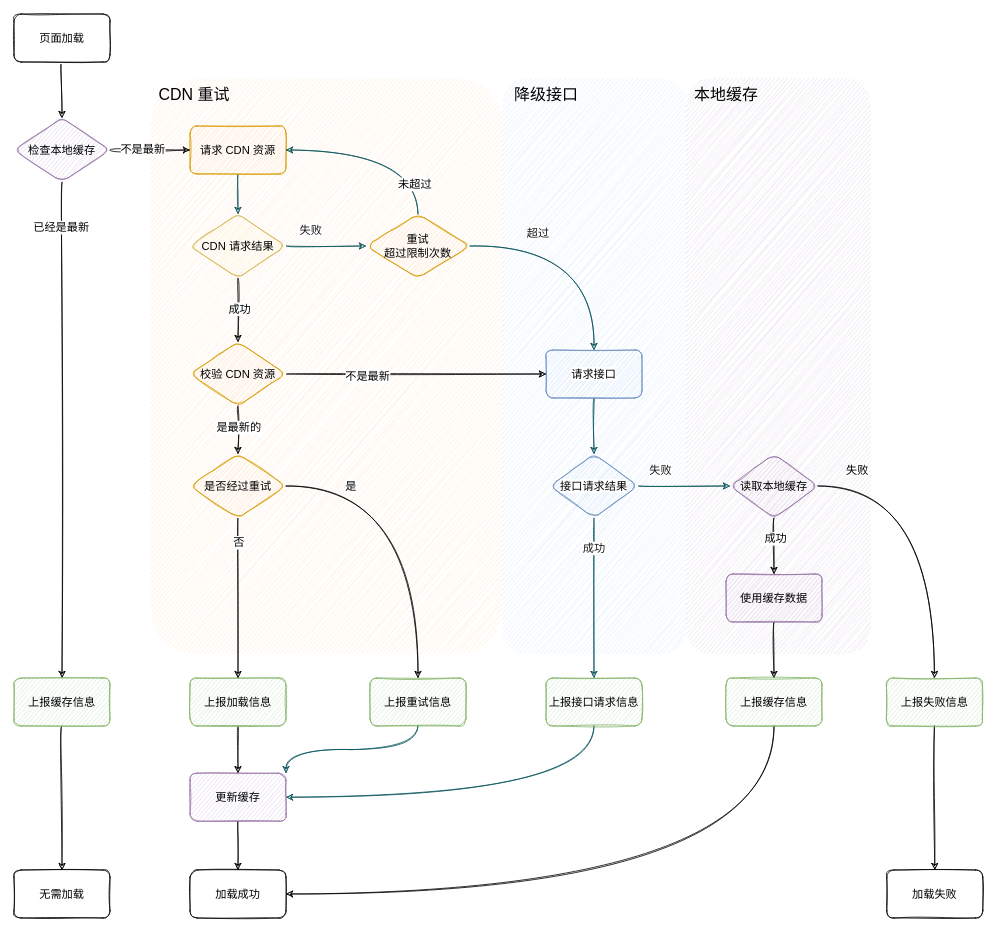
Above: page "第 5 页" (2 of 6) of 未命名绘图.drawio in Darkindom/draw-the-diagrams (draw.io), before the change. Source tidied: cells renumbered, new cells numbered last; positions are measured from the earlier drawing's top-left corner, leaving out a move shared by most shapes. Both pictures are drawn from the tidied source at 80%, with x=0, y=0 at pixel (14, 14).
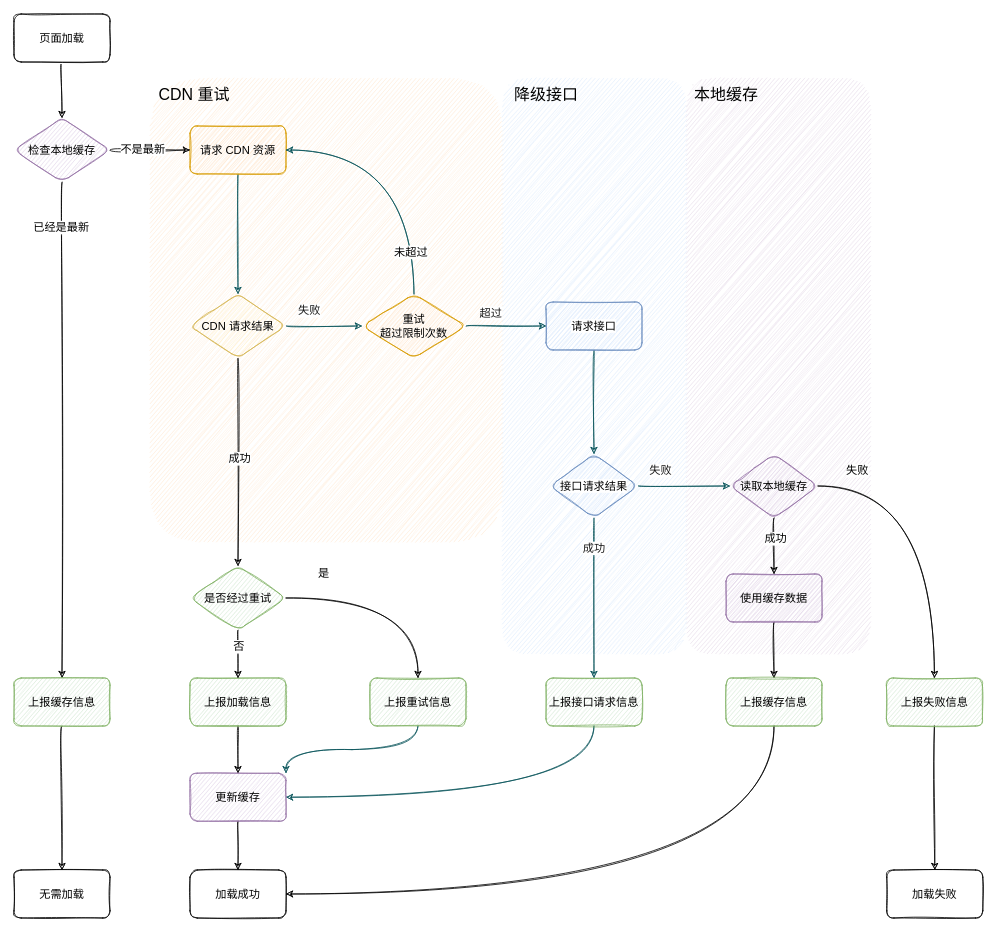
The same diagram, later.

Commit message:
更新未命名绘图.drawio

Unchanged cells that the change refers to:
```xml
<mxCell id="46" style="edgeStyle=orthogonalEdgeStyle;rounded=1;jettySize=auto;html=1;fontFamily=手札体-简;fontSize=14;sketch=1;curved=1;" parent="1" edge="1" source="63" target="22">
  <mxGeometry relative="1" as="geometry" />
</mxCell>
```

Change to the diagram source:
```diff
@@
     <mxCell id="2" style="rounded=1;whiteSpace=wrap;html=1;labelBackgroundColor=default;labelBorderColor=none;hachureGap=4;jiggle=2;fontFamily=Architects Daughter;fontSize=20;fillColor=#ffe6cc;strokeColor=none;opacity=80;sketch=1;" parent="1" vertex="1">
-      <mxGeometry x="170" y="80" width="440" height="720" as="geometry" />
+      <mxGeometry x="170" y="80" width="440" height="580" as="geometry" />
     </mxCell>
@@
-    <mxCell id="11" style="edgeStyle=orthogonalEdgeStyle;rounded=1;jettySize=auto;html=1;fontFamily=手札体-简;fontSize=14;sketch=1;curved=1;" parent="1" edge="1" source="13" target="54">
+    <mxCell id="11" style="edgeStyle=orthogonalEdgeStyle;rounded=1;jettySize=auto;html=1;fontFamily=手札体-简;fontSize=14;sketch=1;curved=1;" parent="1" edge="1" source="13" target="63">
       <mxGeometry relative="1" as="geometry" />
     </mxCell>
@@
     <mxCell id="13" value="CDN 请求结果" style="rhombus;whiteSpace=wrap;html=1;fontFamily=手札体-简;fillColor=#fff2cc;strokeColor=#d6b656;rounded=1;shadow=0;glass=0;fontSize=14;sketch=1;" parent="1" vertex="1">
-      <mxGeometry x="220" y="250" width="120" height="80" as="geometry" />
+      <mxGeometry x="220" y="350" width="120" height="80" as="geometry" />
     </mxCell>
@@
     <mxCell id="16" value="请求接口" style="whiteSpace=wrap;html=1;fontFamily=手札体-简;fillColor=#dae8fc;strokeColor=#6c8ebf;rounded=1;shadow=0;glass=0;fontSize=14;labelBackgroundColor=default;labelBorderColor=none;spacingTop=0;sketch=1;" parent="1" vertex="1">
-      <mxGeometry x="665" y="420" width="120" height="60" as="geometry" />
+      <mxGeometry x="665" y="360" width="120" height="60" as="geometry" />
     </mxCell>
@@
     <mxCell id="29" value="重试&lt;br style=&quot;font-size: 14px;&quot;&gt;超过限制次数" style="rhombus;whiteSpace=wrap;html=1;fontFamily=手札体-简;fillColor=#ffe6cc;strokeColor=#d79b00;rounded=1;shadow=0;glass=0;fontSize=14;sketch=1;" parent="1" vertex="1">
-      <mxGeometry x="440" y="250" width="130" height="80" as="geometry" />
+      <mxGeometry x="435" y="350" width="130" height="80" as="geometry" />
     </mxCell>
@@
     <mxCell id="47" value="否" style="edgeLabel;html=1;align=center;verticalAlign=middle;fontSize=14;fontFamily=手札体-简;rounded=1;sketch=1;" parent="46" vertex="1">
       <mxGeometry x="-0.54" y="-3" relative="1" as="geometry">
-        <mxPoint x="3" y="-16" as="offset" />
+        <mxPoint x="3" y="6" as="offset" />
       </mxGeometry>
     </mxCell>
-    <mxCell id="48" style="edgeStyle=orthogonalEdgeStyle;rounded=1;jettySize=auto;html=1;fontFamily=手札体-简;fontSize=14;sketch=1;curved=1;" parent="1" edge="1" source="54" target="16">
-      <mxGeometry relative="1" as="geometry" />
-    </mxCell>
-    <mxCell id="49" value="不是最新" style="edgeLabel;html=1;align=center;verticalAlign=middle;fontSize=14;fontFamily=手札体-简;rounded=1;sketch=1;" parent="48" vertex="1">
-      <mxGeometry x="-0.38" y="-2" relative="1" as="geometry" />
-    </mxCell>
@@
-    <mxCell id="52" style="edgeStyle=orthogonalEdgeStyle;rounded=1;hachureGap=4;jiggle=2;jettySize=auto;html=1;fontFamily=手札体-简;fontSize=14;sketch=1;curved=1;" parent="1" edge="1" source="54" target="63">
-      <mxGeometry relative="1" as="geometry" />
-    </mxCell>
-    <mxCell id="53" value="是最新的" style="edgeLabel;html=1;align=center;verticalAlign=middle;fontSize=14;fontFamily=手札体-简;rounded=1;sketch=1;" parent="52" vertex="1">
-      <mxGeometry x="-0.13" relative="1" as="geometry" />
-    </mxCell>
-    <mxCell id="54" value="校验 CDN 资源" style="rhombus;whiteSpace=wrap;html=1;fontFamily=手札体-简;fillColor=#ffe6cc;strokeColor=#d79b00;rounded=1;shadow=0;glass=0;fontSize=14;sketch=1;" parent="1" vertex="1">
-      <mxGeometry x="220" y="410" width="120" height="80" as="geometry" />
-    </mxCell>
@@
-    <mxCell id="63" value="是否经过重试" style="rhombus;whiteSpace=wrap;html=1;fontFamily=手札体-简;fillColor=#ffe6cc;strokeColor=#d79b00;rounded=1;shadow=0;glass=0;fontSize=14;sketch=1;" parent="1" vertex="1">
-      <mxGeometry x="220" y="550" width="120" height="80" as="geometry" />
+    <mxCell id="63" value="是否经过重试" style="rhombus;whiteSpace=wrap;html=1;fontFamily=手札体-简;fillColor=#d5e8d4;strokeColor=#82b366;rounded=1;shadow=0;glass=0;fontSize=14;sketch=1;" parent="1" vertex="1">
+      <mxGeometry x="220" y="690" width="120" height="80" as="geometry" />
     </mxCell>
```
